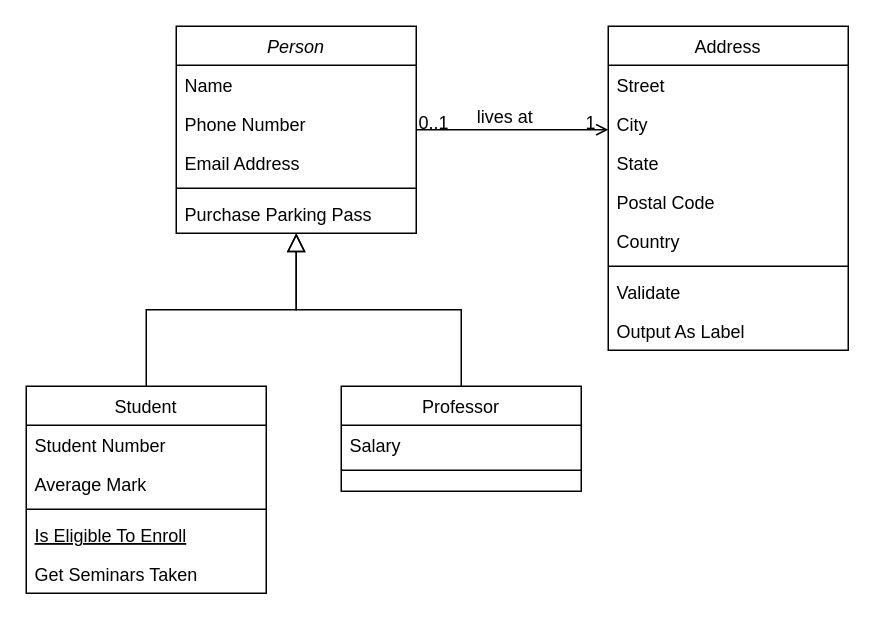
Above: brokamp.drawio in JulesPeace/brokamp (draw.io), before the change. Source tidied: cells renumbered, new cells numbered last; positions are measured from the earlier drawing's top-left corner, leaving out a move shared by most shapes. Both pictures are drawn from the tidied source at 150%, with x=0, y=0 at pixel (26, 26).
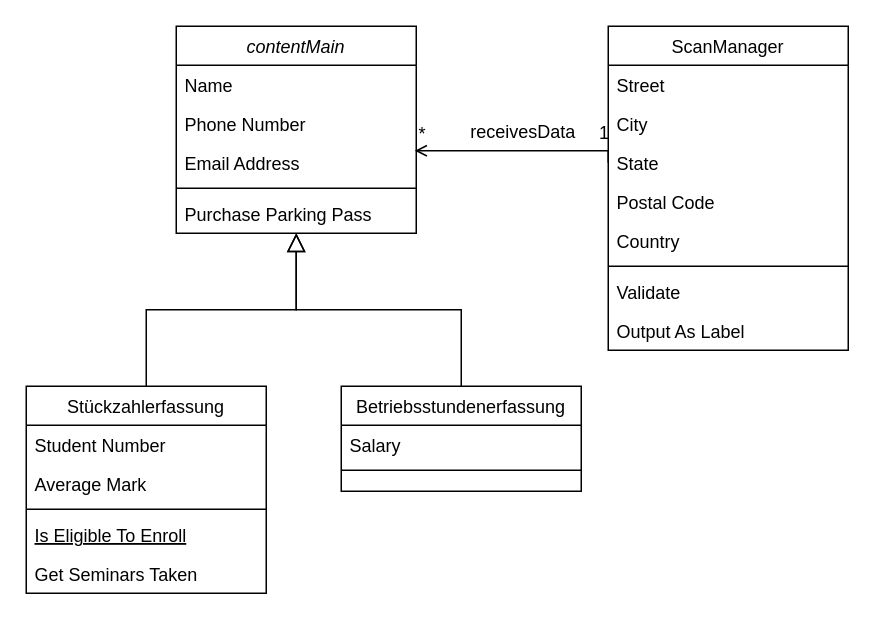
The same page after the edit.

The change refers to these unchanged cells:
```xml
<mxCell id="5" value="Email Address" style="text;align=left;verticalAlign=top;spacingLeft=4;spacingRight=4;overflow=hidden;points=[[0,0.5],[1,0.5]];portConstraint=eastwest;rounded=0;shadow=0;html=0;" parent="2" vertex="1">
  <mxGeometry y="78" width="160" height="26" as="geometry" />
</mxCell>
<mxCell id="22" value="State" style="text;align=left;verticalAlign=top;spacingLeft=4;spacingRight=4;overflow=hidden;points=[[0,0.5],[1,0.5]];portConstraint=eastwest;rounded=0;shadow=0;html=0;" parent="19" vertex="1">
  <mxGeometry y="78" width="160" height="26" as="geometry" />
</mxCell>
```

What changed in the source:
```diff
@@
-    <mxCell id="2" value="Person" style="swimlane;fontStyle=2;align=center;verticalAlign=top;horizontal=1;startSize=26;rounded=0;shadow=0;strokeWidth=1;" parent="1" vertex="1">
+    <mxCell id="2" value="contentMain" style="swimlane;fontStyle=2;align=center;verticalAlign=top;horizontal=1;startSize=26;rounded=0;shadow=0;strokeWidth=1;" parent="1" vertex="1">
       <mxGeometry x="100" width="160" height="138" as="geometry" />
     </mxCell>
@@
-    <mxCell id="8" value="Student" style="swimlane;fontStyle=0;align=center;verticalAlign=top;horizontal=1;startSize=26;rounded=0;shadow=0;strokeWidth=1;" parent="1" vertex="1">
+    <mxCell id="8" value="Stückzahlerfassung" style="swimlane;fontStyle=0;align=center;verticalAlign=top;horizontal=1;startSize=26;rounded=0;shadow=0;strokeWidth=1;" parent="1" vertex="1">
       <mxGeometry y="240" width="160" height="138" as="geometry" />
     </mxCell>
@@
-    <mxCell id="15" value="Professor" style="swimlane;fontStyle=0;align=center;verticalAlign=top;horizontal=1;startSize=26;rounded=0;shadow=0;strokeWidth=1;" parent="1" vertex="1">
+    <mxCell id="15" value="Betriebsstundenerfassung" style="swimlane;fontStyle=0;align=center;verticalAlign=top;horizontal=1;startSize=26;rounded=0;shadow=0;strokeWidth=1;" parent="1" vertex="1">
       <mxGeometry x="210" y="240" width="160" height="70" as="geometry" />
     </mxCell>
@@
-    <mxCell id="19" value="Address" style="swimlane;fontStyle=0;align=center;verticalAlign=top;horizontal=1;startSize=26;rounded=0;shadow=0;strokeWidth=1;" parent="1" vertex="1">
+    <mxCell id="19" value="ScanManager" style="swimlane;fontStyle=0;align=center;verticalAlign=top;horizontal=1;startSize=26;rounded=0;shadow=0;strokeWidth=1;" parent="1" vertex="1">
       <mxGeometry x="388" width="160" height="216" as="geometry" />
     </mxCell>
@@
-    <mxCell id="28" style="endArrow=open;shadow=0;strokeWidth=1;rounded=0;endFill=1;edgeStyle=elbowEdgeStyle;elbow=vertical;" parent="1" edge="1" source="2" target="19">
+    <mxCell id="28" style="endArrow=open;shadow=0;strokeWidth=1;rounded=0;endFill=1;edgeStyle=elbowEdgeStyle;elbow=vertical;exitX=0;exitY=0.5;exitDx=0;exitDy=0;entryX=0.994;entryY=0.192;entryDx=0;entryDy=0;entryPerimeter=0;" parent="1" edge="1" source="22" target="5">
       <mxGeometry x="0.5" y="41" relative="1" as="geometry">
+        <Array as="points">
+          <mxPoint x="320" y="83" />
+        </Array>
         <mxPoint x="-40" y="32" as="offset" />
       </mxGeometry>
     </mxCell>
-    <mxCell id="29" value="0..1" style="align=left;verticalAlign=bottom;labelBackgroundColor=none;fontSize=12;" parent="28" vertex="1">
+    <mxCell id="29" value="*" style="align=left;verticalAlign=bottom;labelBackgroundColor=none;fontSize=12;" parent="28" vertex="1">
       <mxGeometry x="-1" relative="1" as="geometry">
-        <mxPoint y="4" as="offset" />
+        <mxPoint x="-128" y="-11" as="offset" />
       </mxGeometry>
     </mxCell>
     <mxCell id="30" value="1" style="align=right;verticalAlign=bottom;labelBackgroundColor=none;fontSize=12;" parent="28" vertex="1">
       <mxGeometry x="1" relative="1" as="geometry">
-        <mxPoint x="-7" y="4" as="offset" />
+        <mxPoint x="131" y="-3" as="offset" />
       </mxGeometry>
     </mxCell>
-    <mxCell id="31" value="lives at" style="text;html=1;align=center;verticalAlign=middle;labelBackgroundColor=none;rounded=0;shadow=0;strokeWidth=1;fontSize=12;" parent="28" vertex="1">
+    <mxCell id="31" value="receivesData" style="text;html=1;align=center;verticalAlign=middle;labelBackgroundColor=none;rounded=0;shadow=0;strokeWidth=1;fontSize=12;" parent="28" vertex="1">
       <mxGeometry x="0.5" y="49" relative="1" as="geometry">
-        <mxPoint x="-38" y="40" as="offset" />
+        <mxPoint x="37" y="-62" as="offset" />
       </mxGeometry>
     </mxCell>
```
